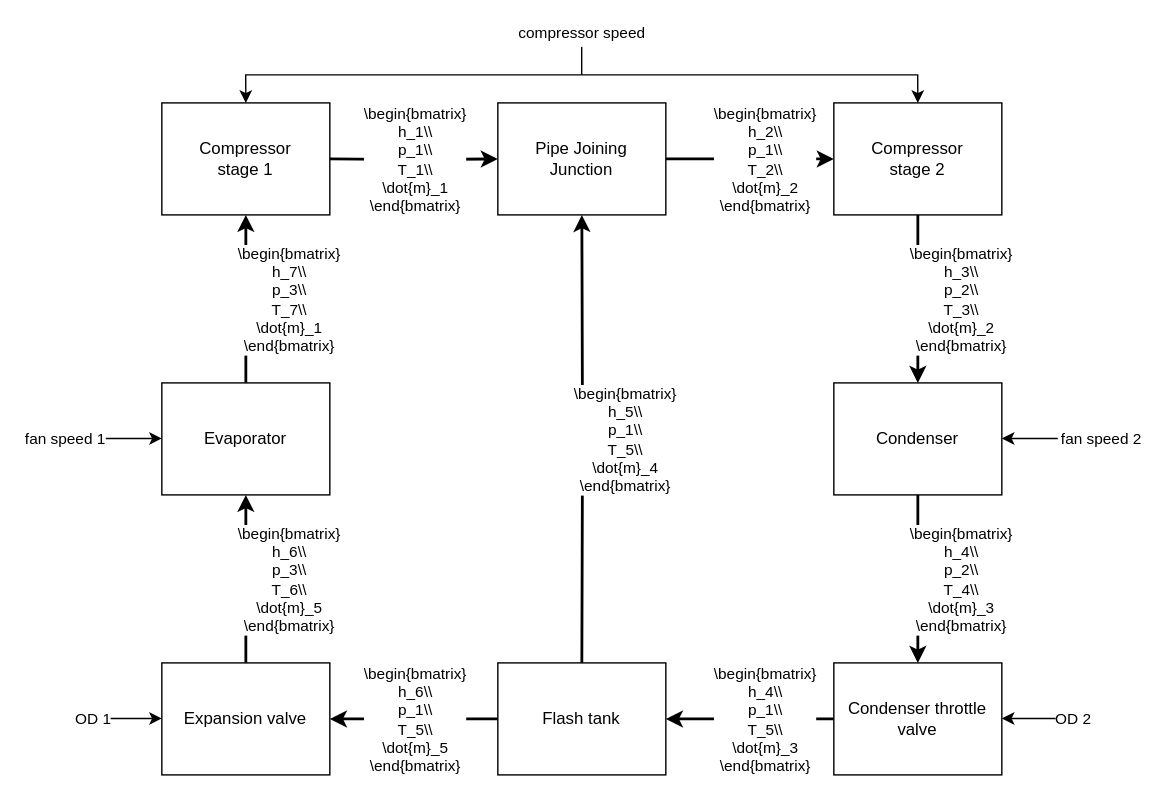
Above: page "New" (2 of 2) of Graphics/Block_Diagram.drawio in kasperlaustsen/CA8_Writings (draw.io), before the change. Source tidied: cells renumbered, new cells numbered last; positions are measured from the earlier drawing's top-left corner, leaving out a move shared by most shapes. Both pictures are drawn from the tidied source at 140%, with x=0, y=0 at pixel (105, 46).
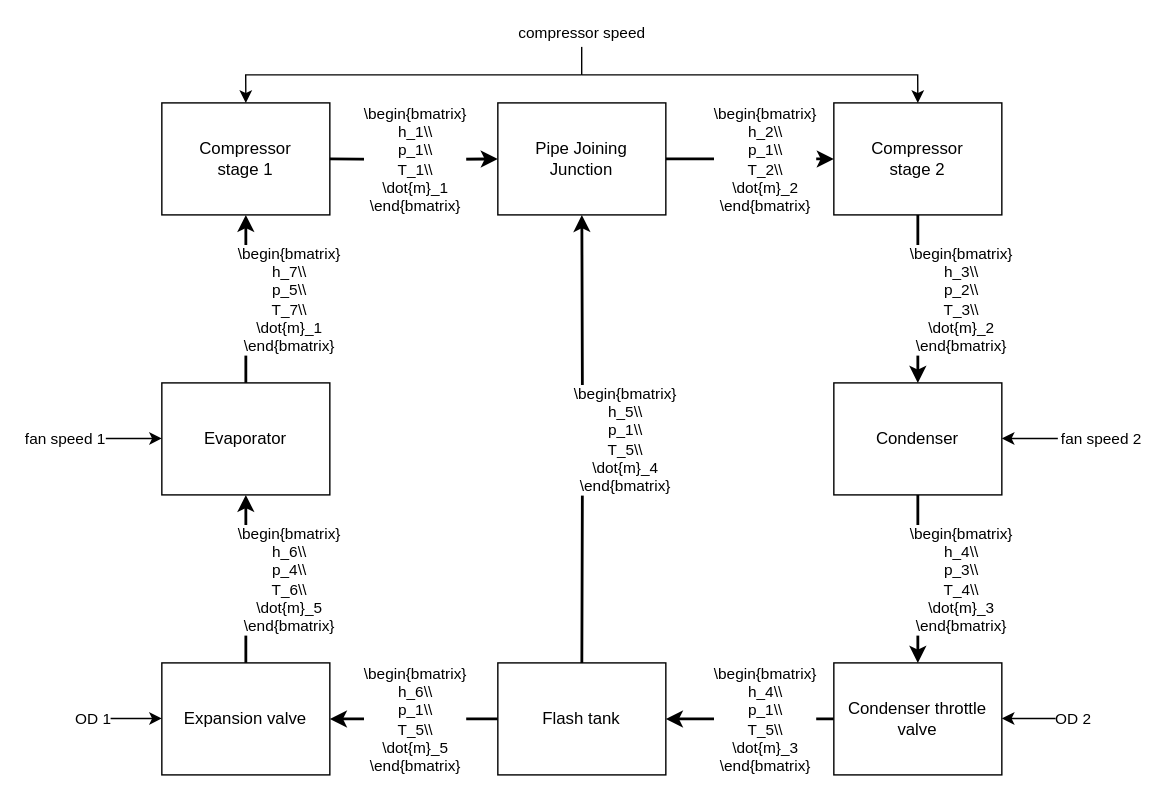
The same page after the edit.

Commit message (it also covers changes not shown here):
Update the diagram and moddelling section for kasper

The edit, as a diff of the source:
```diff
@@
-    <mxCell id="33" value="\begin{bmatrix}&lt;br style=&quot;font-size: 11px&quot;&gt;h_4\\&lt;br style=&quot;font-size: 11px&quot;&gt;p_2\\&lt;br style=&quot;font-size: 11px&quot;&gt;T_4\\&lt;br style=&quot;font-size: 11px&quot;&gt;\dot{m}_3&lt;br&gt;\end{bmatrix}" style="edgeLabel;html=1;align=center;verticalAlign=middle;spacing=2;fontSize=11;horizontal=1;" parent="1" vertex="1">
+    <mxCell id="33" value="\begin{bmatrix}&lt;br style=&quot;font-size: 11px&quot;&gt;h_4\\&lt;br style=&quot;font-size: 11px&quot;&gt;p_3\\&lt;br style=&quot;font-size: 11px&quot;&gt;T_4\\&lt;br style=&quot;font-size: 11px&quot;&gt;\dot{m}_3&lt;br&gt;\end{bmatrix}" style="edgeLabel;html=1;align=center;verticalAlign=middle;spacing=2;fontSize=11;horizontal=1;" parent="1" vertex="1">
       <mxGeometry x="610" y="380" as="geometry" />
     </mxCell>
@@
-    <mxCell id="37" value="\begin{bmatrix}&lt;br style=&quot;font-size: 11px&quot;&gt;h_6\\&lt;br style=&quot;font-size: 11px&quot;&gt;p_3\\&lt;br style=&quot;font-size: 11px&quot;&gt;T_6\\&lt;br style=&quot;font-size: 11px&quot;&gt;\dot{m}_5&lt;br&gt;\end{bmatrix}" style="edgeLabel;html=1;align=center;verticalAlign=middle;spacing=2;fontSize=11;horizontal=1;" parent="1" vertex="1">
+    <mxCell id="37" value="\begin{bmatrix}&lt;br style=&quot;font-size: 11px&quot;&gt;h_6\\&lt;br style=&quot;font-size: 11px&quot;&gt;p_4\\&lt;br style=&quot;font-size: 11px&quot;&gt;T_6\\&lt;br style=&quot;font-size: 11px&quot;&gt;\dot{m}_5&lt;br&gt;\end{bmatrix}" style="edgeLabel;html=1;align=center;verticalAlign=middle;spacing=2;fontSize=11;horizontal=1;" parent="1" vertex="1">
       <mxGeometry x="130" y="380" as="geometry" />
     </mxCell>
-    <mxCell id="38" value="\begin{bmatrix}&lt;br style=&quot;font-size: 11px&quot;&gt;h_7\\&lt;br style=&quot;font-size: 11px&quot;&gt;p_3\\&lt;br style=&quot;font-size: 11px&quot;&gt;T_7\\&lt;br style=&quot;font-size: 11px&quot;&gt;\dot{m}_1&lt;br&gt;\end{bmatrix}" style="edgeLabel;html=1;align=center;verticalAlign=middle;spacing=2;fontSize=11;horizontal=1;" parent="1" vertex="1">
+    <mxCell id="38" value="\begin{bmatrix}&lt;br style=&quot;font-size: 11px&quot;&gt;h_7\\&lt;br style=&quot;font-size: 11px&quot;&gt;p_5\\&lt;br style=&quot;font-size: 11px&quot;&gt;T_7\\&lt;br style=&quot;font-size: 11px&quot;&gt;\dot{m}_1&lt;br&gt;\end{bmatrix}" style="edgeLabel;html=1;align=center;verticalAlign=middle;spacing=2;fontSize=11;horizontal=1;" parent="1" vertex="1">
       <mxGeometry x="130" y="180" as="geometry" />
     </mxCell>
```
